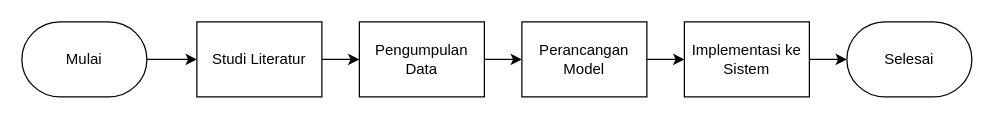
This is metopen.drawio from meisyareptiana/design_database, a draw.io file, before an edit. Source tidied: cells renumbered, new cells numbered last; positions are measured from the earlier drawing's top-left corner, leaving out a move shared by most shapes. Both pictures are drawn from the tidied source at 125%, with x=0, y=0 at pixel (21, 21).
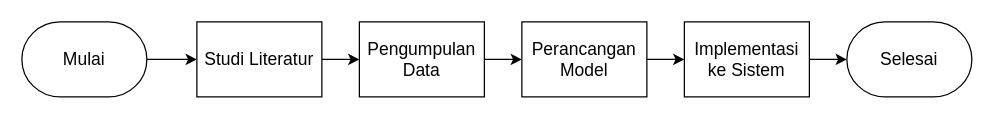
The same diagram, later.

What changed in the source:
```diff
@@
 <mxGraphModel>
   <root>
     <mxCell id="0" />
     <mxCell id="1" parent="0" />
     <mxCell id="2" style="edgeStyle=orthogonalEdgeStyle;rounded=0;jettySize=auto;html=1;" parent="1" edge="1" source="3" target="7">
       <mxGeometry relative="1" as="geometry" />
     </mxCell>
-    <mxCell id="3" value="Mulai" style="html=1;shape=mxgraph.flowchart.terminator;whiteSpace=wrap;" parent="1" vertex="1">
+    <mxCell id="3" value="&lt;font style=&quot;font-size: 14px;&quot;&gt;Mulai&lt;/font&gt;" style="html=1;shape=mxgraph.flowchart.terminator;whiteSpace=wrap;" parent="1" vertex="1">
       <mxGeometry width="100" height="60" as="geometry" />
     </mxCell>
     <mxCell id="4" style="edgeStyle=orthogonalEdgeStyle;rounded=0;jettySize=auto;html=1;" parent="1" edge="1" source="5" target="9">
       <mxGeometry relative="1" as="geometry" />
     </mxCell>
-    <mxCell id="5" value="Pengumpulan Data" style="rounded=0;whiteSpace=wrap;html=1;" parent="1" vertex="1">
+    <mxCell id="5" value="&lt;font style=&quot;font-size: 14px;&quot;&gt;Pengumpulan Data&lt;/font&gt;" style="rounded=0;whiteSpace=wrap;html=1;" parent="1" vertex="1">
       <mxGeometry x="270" width="100" height="60" as="geometry" />
     </mxCell>
     <mxCell id="6" style="edgeStyle=orthogonalEdgeStyle;rounded=0;jettySize=auto;html=1;" parent="1" edge="1" source="7" target="5">
       <mxGeometry relative="1" as="geometry" />
     </mxCell>
-    <mxCell id="7" value="Studi Literatur" style="rounded=0;whiteSpace=wrap;html=1;" parent="1" vertex="1">
+    <mxCell id="7" value="&lt;font style=&quot;font-size: 14px;&quot;&gt;Studi Literatur&lt;/font&gt;" style="rounded=0;whiteSpace=wrap;html=1;" parent="1" vertex="1">
       <mxGeometry x="140" width="100" height="60" as="geometry" />
     </mxCell>
     <mxCell id="8" style="edgeStyle=orthogonalEdgeStyle;rounded=0;jettySize=auto;html=1;" parent="1" edge="1" source="9" target="11">
       <mxGeometry relative="1" as="geometry" />
     </mxCell>
-    <mxCell id="9" value="Perancangan Model" style="rounded=0;whiteSpace=wrap;html=1;" parent="1" vertex="1">
+    <mxCell id="9" value="&lt;font style=&quot;font-size: 14px;&quot;&gt;Perancangan Model&lt;/font&gt;" style="rounded=0;whiteSpace=wrap;html=1;" parent="1" vertex="1">
       <mxGeometry x="400" width="100" height="60" as="geometry" />
     </mxCell>
     <mxCell id="10" style="edgeStyle=orthogonalEdgeStyle;rounded=0;jettySize=auto;html=1;" parent="1" edge="1" source="11" target="12">
       <mxGeometry relative="1" as="geometry" />
     </mxCell>
-    <mxCell id="11" value="Implementasi ke Sistem" style="rounded=0;whiteSpace=wrap;html=1;" parent="1" vertex="1">
+    <mxCell id="11" value="&lt;font style=&quot;font-size: 14px;&quot;&gt;Implementasi ke Sistem&lt;/font&gt;" style="rounded=0;whiteSpace=wrap;html=1;" parent="1" vertex="1">
       <mxGeometry x="530" width="100" height="60" as="geometry" />
     </mxCell>
-    <mxCell id="12" value="Selesai" style="html=1;shape=mxgraph.flowchart.terminator;whiteSpace=wrap;" parent="1" vertex="1">
+    <mxCell id="12" value="&lt;font style=&quot;font-size: 14px;&quot;&gt;Selesai&lt;/font&gt;" style="html=1;shape=mxgraph.flowchart.terminator;whiteSpace=wrap;" parent="1" vertex="1">
       <mxGeometry x="660" width="100" height="60" as="geometry" />
     </mxCell>
   </root>
 </mxGraphModel>
```
